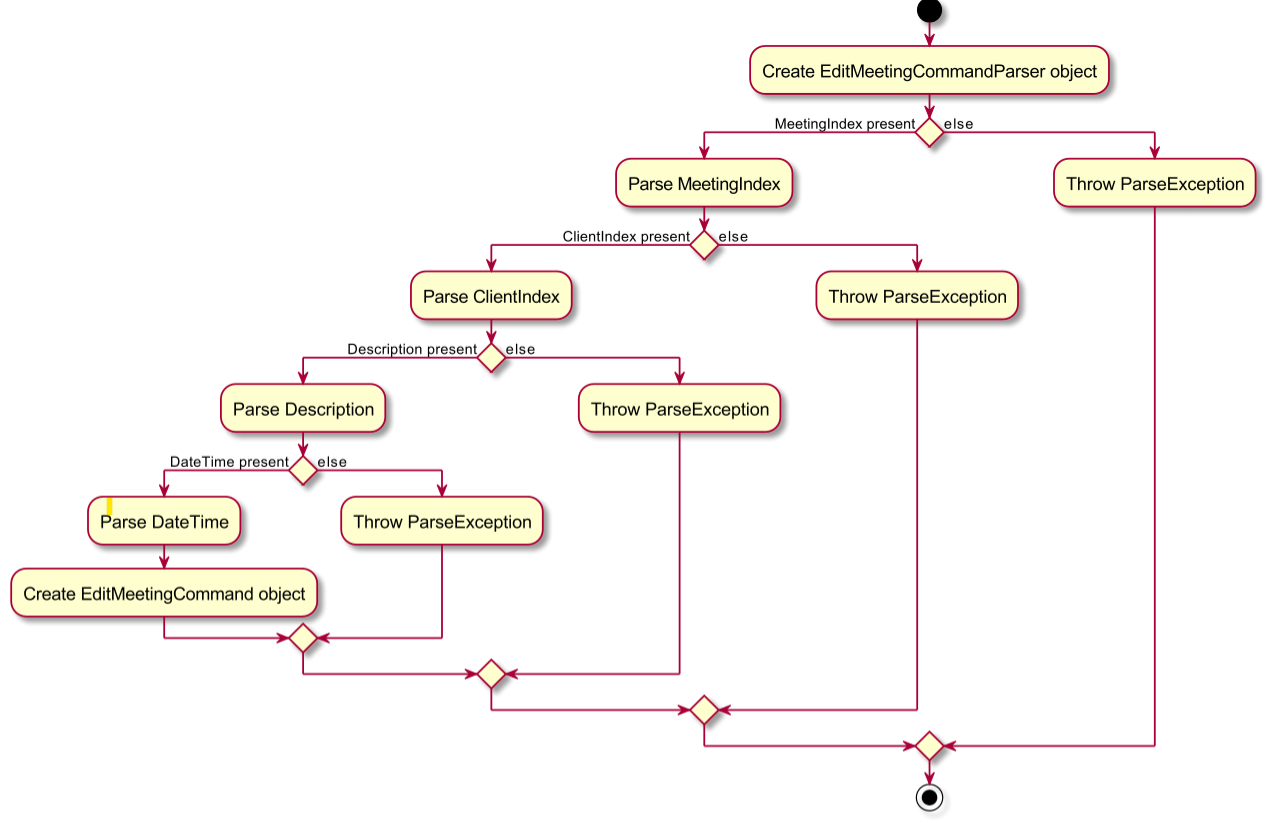
Before: docs/images/EditMeetingCommandParserActivityDiagram.png, a diagram exported from PlantUML (sethteo/tp). Its source is kept beside it as docs/diagrams/EditMeetingCommandParserActivityDiagram.puml.
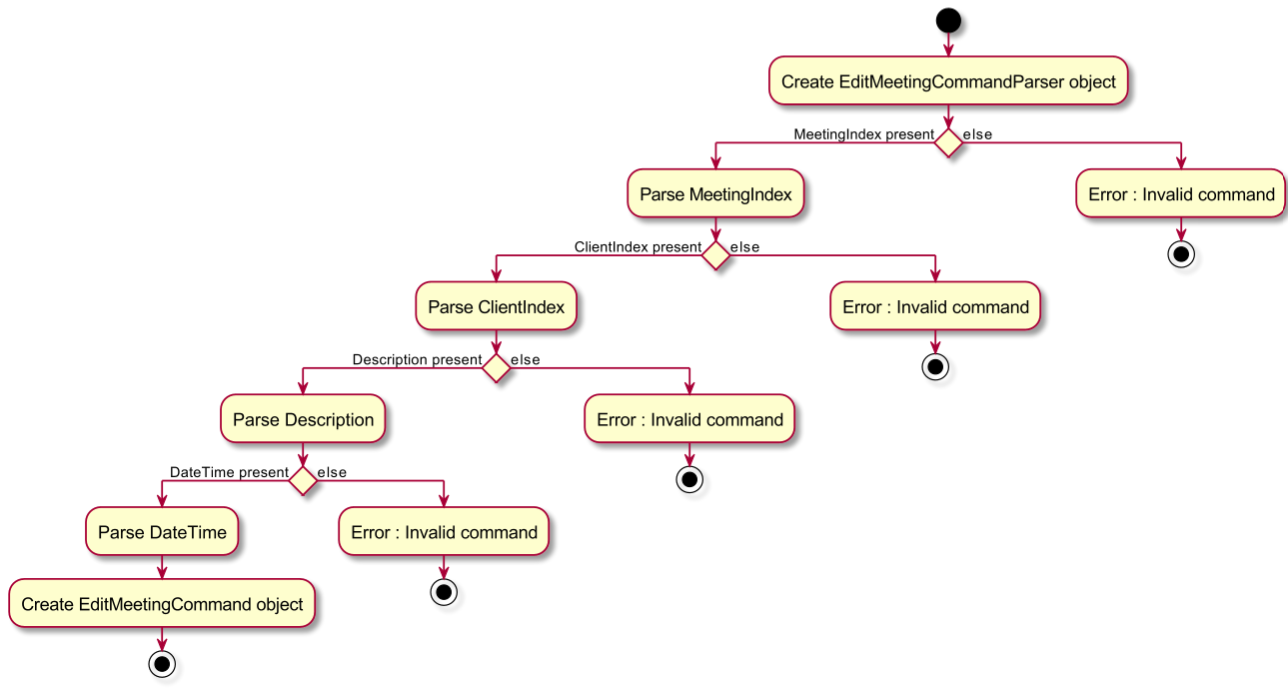
After the commit.

Commit message:
Add UML diagrams

The edit, as a diff of the source:
```diff
@@ -14,17 +14,22 @@
             if () then (DateTime present)
                 :Parse DateTime;
                 :Create EditMeetingCommand object;
+                stop
             else (else)
-                :Throw ParseException;
+                :Error : Invalid command;
+                stop
             endif
         else (else)
-            :Throw ParseException;
+            :Error : Invalid command;
+            stop
         endif
     else (else)
-        :Throw ParseException;
+        :Error : Invalid command;
+        stop
     endif
 else (else)
-    :Throw ParseException;
+    :Error : Invalid command;
+    stop
 endif
-stop
+
 @enduml
```
